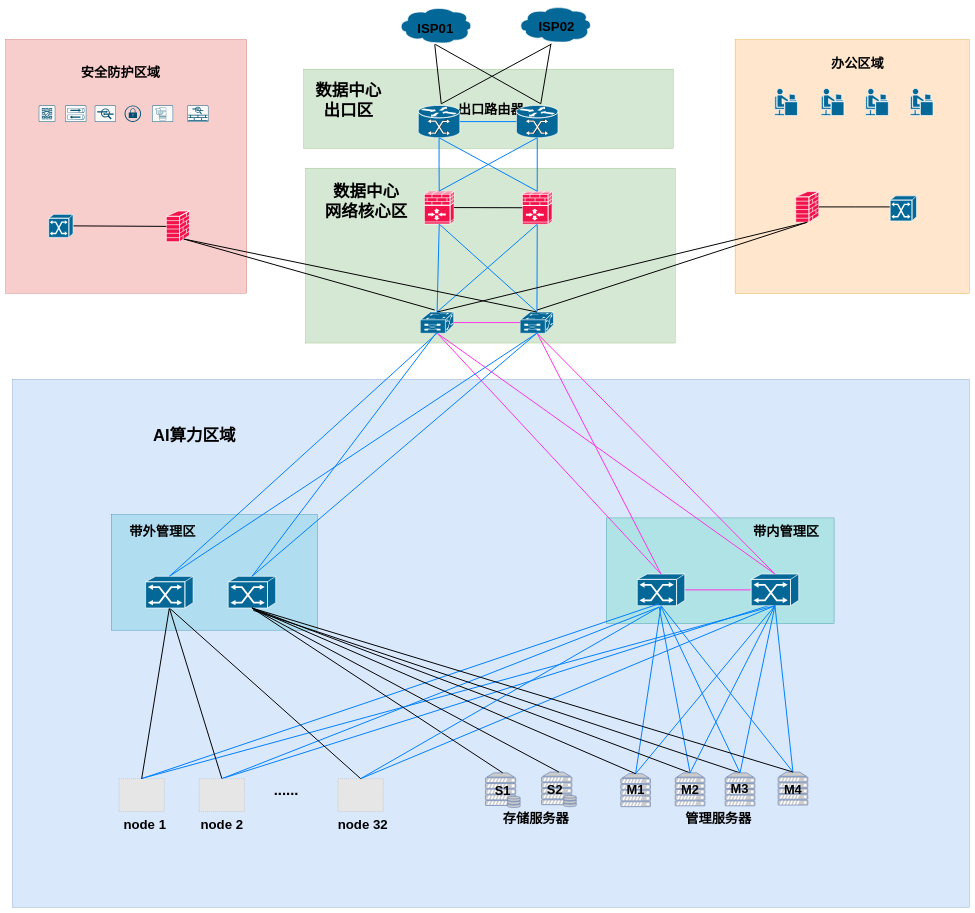
This is fuzhou数据中心组网-32nodes-以太网组网V1.0-0101.drawio from hel-2000/network-draw, a draw.io file, before an edit. Source tidied: cells renumbered, new cells numbered last; positions are measured from the earlier drawing's top-left corner, leaving out a move shared by most shapes. Both pictures are drawn from the tidied source at 33%, with x=0, y=0 at pixel (6, 6). Pictures stored in the file or linked from it are replaced by grey dashed boxes.
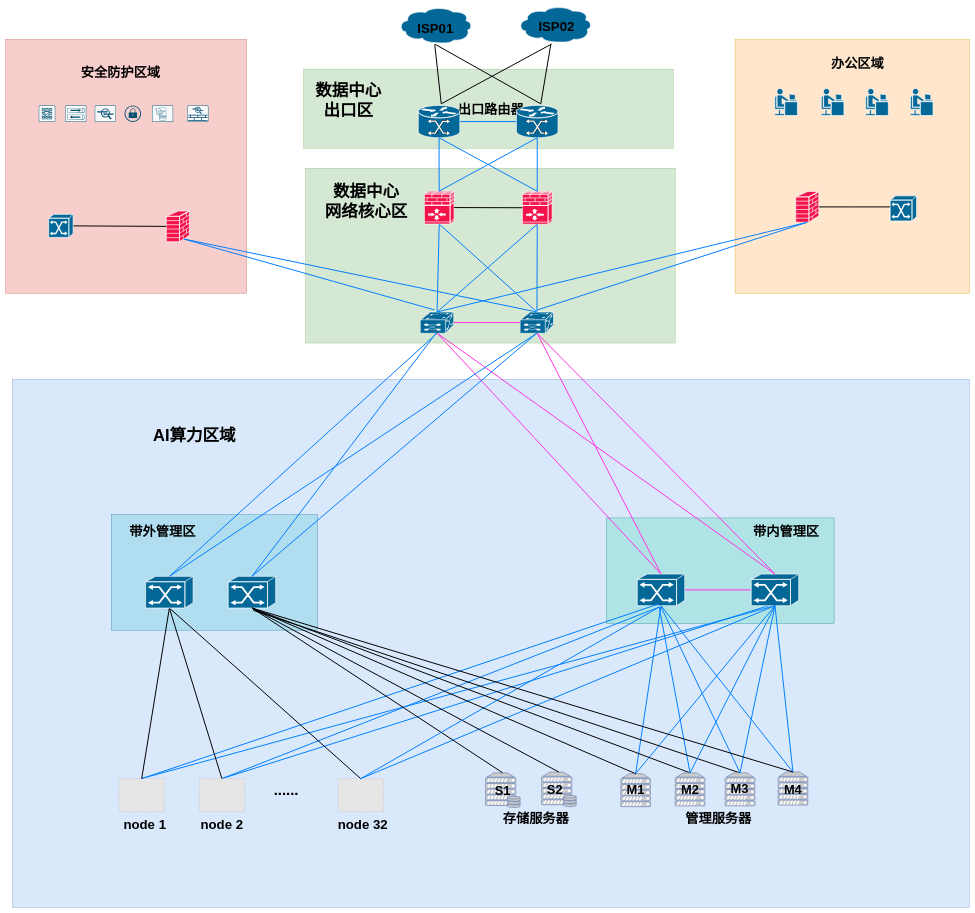
Above is the later version.

Commit message:
更新fuzhou数据中心组网-32nodes-以太网组网V1.0-0101.drawio

Unchanged cells that the change refers to:
```xml
<mxCell id="16" style="shape=mxgraph.cisco.security.firewall;sketch=0;html=1;dashed=0;fillColor=#f3124a;strokeColor=#ffffff;strokeWidth=2;verticalLabelPosition=bottom;verticalAlign=top;align=center;outlineConnect=0;" parent="1" vertex="1">
  <mxGeometry x="486.4" y="622" width="70" height="93" as="geometry" />
</mxCell>
<mxCell id="35" style="shape=mxgraph.cisco.switches.multiswitch_device;sketch=0;html=1;dashed=0;fillColor=#036897;strokeColor=#ffffff;strokeWidth=2;verticalLabelPosition=bottom;verticalAlign=top;align=center;outlineConnect=0;" parent="1" vertex="1">
  <mxGeometry x="1256.5" y="928" width="101" height="64" as="geometry" />
</mxCell>
<mxCell id="36" style="shape=mxgraph.cisco.switches.multiswitch_device;sketch=0;html=1;dashed=0;fillColor=#036897;strokeColor=#ffffff;strokeWidth=2;verticalLabelPosition=bottom;verticalAlign=top;align=center;outlineConnect=0;" parent="1" vertex="1">
  <mxGeometry x="1559" y="928" width="101" height="64" as="geometry" />
</mxCell>
<mxCell id="38" style="shape=mxgraph.cisco.security.firewall;sketch=0;html=1;dashed=0;fillColor=#f3124a;strokeColor=#ffffff;strokeWidth=2;verticalLabelPosition=bottom;verticalAlign=top;align=center;outlineConnect=0;" parent="1" vertex="1">
  <mxGeometry x="2393.8" y="563" width="70" height="93" as="geometry" />
</mxCell>
```

Diff of the diagram source:
```diff
@@
-    <mxCell id="15" style="rounded=0;jettySize=auto;html=1;exitX=0.75;exitY=0.91;exitDx=0;exitDy=0;exitPerimeter=0;endArrow=none;strokeWidth=3;endFill=0;" parent="1" edge="1" source="16">
+    <mxCell id="15" style="rounded=0;jettySize=auto;html=1;exitX=0.75;exitY=0.91;exitDx=0;exitDy=0;exitPerimeter=0;endArrow=none;strokeWidth=3;endFill=0;strokeColor=#007FFF;" parent="1" edge="1" source="16">
       <mxGeometry relative="1" as="geometry">
         <mxPoint x="1300" y="922" as="targetPoint" />
       </mxGeometry>
     </mxCell>
@@
-    <mxCell id="37" style="rounded=0;jettySize=auto;html=1;exitX=0.5;exitY=1;exitDx=0;exitDy=0;exitPerimeter=0;endArrow=none;strokeWidth=3;endFill=0;" parent="1" edge="1" source="38">
+    <mxCell id="37" style="rounded=0;jettySize=auto;html=1;exitX=0.5;exitY=1;exitDx=0;exitDy=0;exitPerimeter=0;endArrow=none;strokeWidth=3;endFill=0;strokeColor=#007FFF;" parent="1" edge="1" source="38">
       <mxGeometry relative="1" as="geometry">
         <mxPoint x="1610" y="922" as="targetPoint" />
       </mxGeometry>
     </mxCell>
@@
-    <mxCell id="104" style="rounded=0;jettySize=auto;html=1;exitX=0.75;exitY=0.91;exitDx=0;exitDy=0;exitPerimeter=0;entryX=0.5;entryY=0;entryDx=0;entryDy=0;entryPerimeter=0;endArrow=none;strokeWidth=3;endFill=0;" parent="1" edge="1" source="16" target="36">
+    <mxCell id="104" style="rounded=0;jettySize=auto;html=1;exitX=0.75;exitY=0.91;exitDx=0;exitDy=0;exitPerimeter=0;entryX=0.5;entryY=0;entryDx=0;entryDy=0;entryPerimeter=0;endArrow=none;strokeWidth=3;endFill=0;strokeColor=#007FFF;" parent="1" edge="1" source="16" target="36">
       <mxGeometry relative="1" as="geometry" />
     </mxCell>
-    <mxCell id="105" style="rounded=0;jettySize=auto;html=1;exitX=0.5;exitY=0;exitDx=0;exitDy=0;exitPerimeter=0;entryX=0.5;entryY=1;entryDx=0;entryDy=0;entryPerimeter=0;endArrow=none;strokeWidth=3;endFill=0;" parent="1" edge="1" source="35" target="38">
+    <mxCell id="105" style="rounded=0;jettySize=auto;html=1;exitX=0.5;exitY=0;exitDx=0;exitDy=0;exitPerimeter=0;entryX=0.5;entryY=1;entryDx=0;entryDy=0;entryPerimeter=0;endArrow=none;strokeWidth=3;endFill=0;strokeColor=#007FFF;" parent="1" edge="1" source="35" target="38">
       <mxGeometry relative="1" as="geometry" />
     </mxCell>
```
